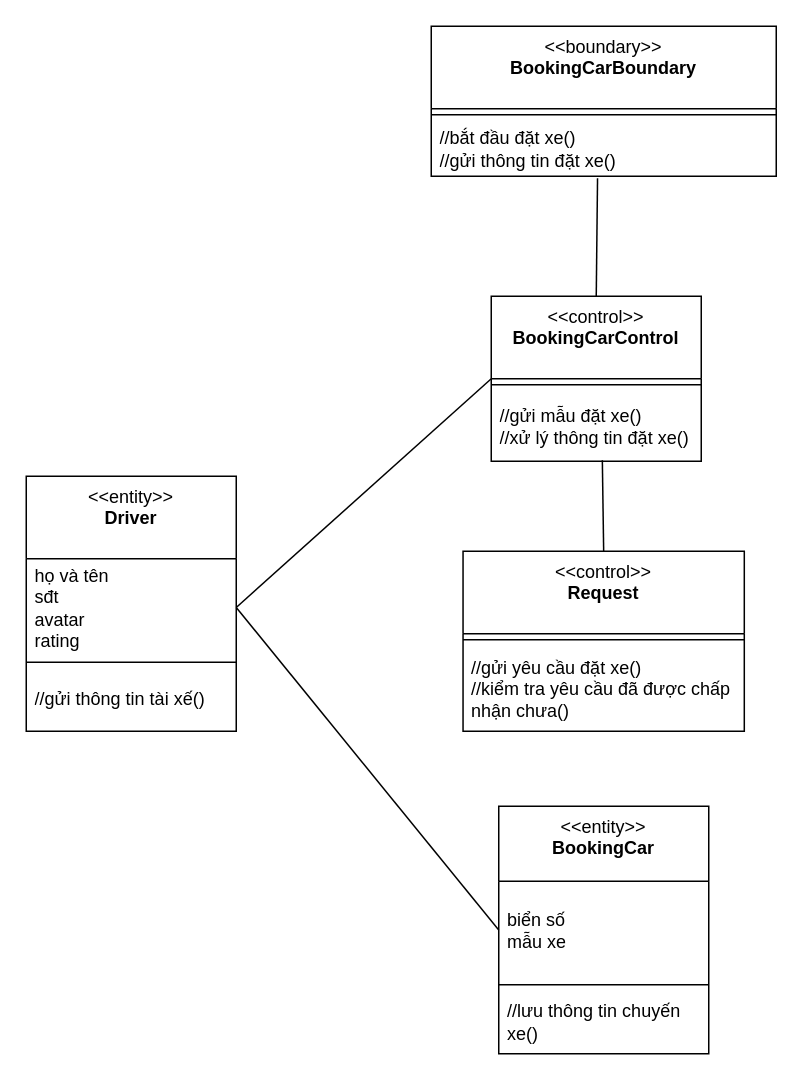
Earlier version of the draw.io diagram Đặt Xe Collaboration Diagram.drawio (tqlong-courses/a0-tutorial-anson66). Source tidied: cells renumbered, new cells numbered last; positions are measured from the earlier drawing's top-left corner, leaving out a move shared by most shapes. Both pictures are drawn from the tidied source at 150%, with x=0, y=0 at pixel (26, 26).
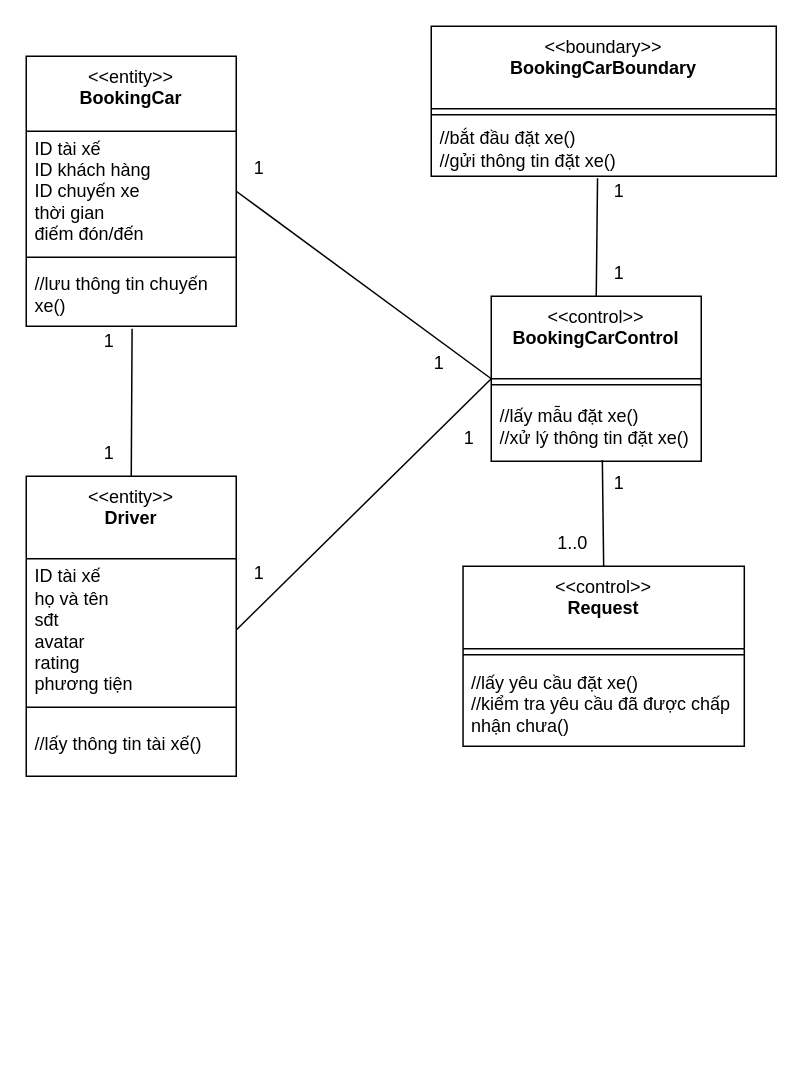
The same diagram, later.

Commit message:
Cập nhật Đặt Xe Collaboration Diagram.drawio

The change refers to these unchanged cells:
```xml
<mxCell id="5" value="&amp;lt;&amp;lt;control&amp;gt;&amp;gt;&lt;br&gt;&lt;b&gt;BookingCarControl&lt;/b&gt;" style="swimlane;fontStyle=0;align=center;verticalAlign=top;horizontal=1;startSize=55;html=1;whiteSpace=wrap;" parent="1" vertex="1">
  <mxGeometry x="310" y="180" width="140" height="110" as="geometry" />
</mxCell>
```

What changed in the source:
```diff
@@
-    <mxCell id="7" value="//gửi mẫu đặt xe()&lt;div&gt;//xử lý thông tin đặt xe()&lt;/div&gt;" style="text;html=1;strokeColor=none;fillColor=none;align=left;verticalAlign=middle;spacingLeft=4;spacingRight=4;overflow=hidden;points=[[0,0.5],[1,0.5]];portConstraint=eastwest;whiteSpace=wrap;" parent="5" vertex="1">
+    <mxCell id="7" value="//lấy mẫu đặt xe()&lt;div&gt;//xử lý thông tin đặt xe()&lt;/div&gt;" style="text;html=1;strokeColor=none;fillColor=none;align=left;verticalAlign=middle;spacingLeft=4;spacingRight=4;overflow=hidden;points=[[0,0.5],[1,0.5]];portConstraint=eastwest;whiteSpace=wrap;" parent="5" vertex="1">
       <mxGeometry y="63" width="140" height="47" as="geometry" />
     </mxCell>
     <mxCell id="8" value="&amp;lt;&amp;lt;control&amp;gt;&amp;gt;&lt;br&gt;&lt;b&gt;Request&lt;/b&gt;" style="swimlane;fontStyle=0;align=center;verticalAlign=top;horizontal=1;startSize=55;html=1;whiteSpace=wrap;" parent="1" vertex="1">
-      <mxGeometry x="291.2" y="350" width="187.5" height="120" as="geometry" />
+      <mxGeometry x="291.2" y="360" width="187.5" height="120" as="geometry" />
     </mxCell>
@@
-    <mxCell id="10" value="//gửi yêu cầu đặt xe()&lt;div&gt;//kiểm tra yêu cầu đã được chấp nhận chưa()&lt;/div&gt;" style="text;html=1;strokeColor=none;fillColor=none;align=left;verticalAlign=middle;spacingLeft=4;spacingRight=4;overflow=hidden;whiteSpace=wrap;" parent="8" vertex="1">
+    <mxCell id="10" value="//lấy yêu cầu đặt xe()&lt;div&gt;//kiểm tra yêu cầu đã được chấp nhận chưa()&lt;/div&gt;" style="text;html=1;strokeColor=none;fillColor=none;align=left;verticalAlign=middle;spacingLeft=4;spacingRight=4;overflow=hidden;whiteSpace=wrap;" parent="8" vertex="1">
       <mxGeometry y="63" width="187.5" height="57" as="geometry" />
     </mxCell>
     <mxCell id="11" value="&amp;lt;&amp;lt;entity&amp;gt;&amp;gt;&lt;br&gt;&lt;b&gt;Driver&lt;/b&gt;" style="swimlane;fontStyle=0;align=center;verticalAlign=top;horizontal=1;startSize=55;html=1;whiteSpace=wrap;" parent="1" vertex="1">
-      <mxGeometry y="300" width="140" height="170" as="geometry" />
+      <mxGeometry y="300" width="140" height="200" as="geometry" />
     </mxCell>
-    <mxCell id="12" value="họ và tên&lt;div&gt;sđt&lt;/div&gt;&lt;div&gt;avatar&lt;/div&gt;&lt;div&gt;rating&lt;/div&gt;" style="text;html=1;strokeColor=none;fillColor=none;align=left;verticalAlign=middle;spacingLeft=4;spacingRight=4;overflow=hidden;points=[[0,0.5],[1,0.5]];portConstraint=eastwest;whiteSpace=wrap;" parent="11" vertex="1">
-      <mxGeometry y="55" width="140" height="65" as="geometry" />
+    <mxCell id="12" value="&lt;div&gt;ID tài xế&lt;/div&gt;họ và tên&lt;div&gt;sđt&lt;/div&gt;&lt;div&gt;avatar&lt;/div&gt;&lt;div&gt;rating&lt;/div&gt;&lt;div&gt;phương tiện&lt;/div&gt;" style="text;html=1;strokeColor=none;fillColor=none;align=left;verticalAlign=middle;spacingLeft=4;spacingRight=4;overflow=hidden;points=[[0,0.5],[1,0.5]];portConstraint=eastwest;whiteSpace=wrap;" parent="11" vertex="1">
+      <mxGeometry y="55" width="140" height="95" as="geometry" />
     </mxCell>
     <mxCell id="13" style="line;strokeWidth=1;fillColor=none;align=left;verticalAlign=middle;spacingTop=-1;spacingLeft=3;spacingRight=3;labelPosition=right;" parent="11" vertex="1">
-      <mxGeometry y="120" width="140" height="8" as="geometry" />
+      <mxGeometry y="150" width="140" height="8" as="geometry" />
     </mxCell>
-    <mxCell id="14" value="//gửi thông tin tài xế()" style="text;html=1;strokeColor=none;fillColor=none;align=left;verticalAlign=middle;spacingLeft=4;spacingRight=4;overflow=hidden;whiteSpace=wrap;" parent="11" vertex="1">
-      <mxGeometry y="128" width="140" height="42" as="geometry" />
+    <mxCell id="14" value="//lấy thông tin tài xế()" style="text;html=1;strokeColor=none;fillColor=none;align=left;verticalAlign=middle;spacingLeft=4;spacingRight=4;overflow=hidden;whiteSpace=wrap;" parent="11" vertex="1">
+      <mxGeometry y="158" width="140" height="42" as="geometry" />
     </mxCell>
     <mxCell id="15" value="&amp;lt;&amp;lt;entity&amp;gt;&amp;gt;&lt;br&gt;&lt;b&gt;BookingCar&lt;/b&gt;" style="swimlane;fontStyle=0;align=center;verticalAlign=top;horizontal=1;startSize=50;html=1;whiteSpace=wrap;" parent="1" vertex="1">
-      <mxGeometry x="315" y="520" width="140" height="165" as="geometry" />
+      <mxGeometry y="20" width="140" height="180" as="geometry" />
     </mxCell>
-    <mxCell id="16" value="biển số&lt;div&gt;mẫu xe&lt;/div&gt;" style="text;html=1;strokeColor=none;fillColor=none;align=left;verticalAlign=middle;spacingLeft=4;spacingRight=4;overflow=hidden;points=[[0,0.5],[1,0.5]];portConstraint=eastwest;whiteSpace=wrap;" parent="15" vertex="1">
-      <mxGeometry y="50" width="140" height="65" as="geometry" />
+    <mxCell id="16" value="&lt;div&gt;ID tài xế&lt;/div&gt;&lt;div&gt;ID khách hàng&lt;/div&gt;&lt;div&gt;ID chuyến xe&amp;nbsp;&amp;nbsp;&lt;/div&gt;&lt;div&gt;thời gian&lt;/div&gt;&lt;div&gt;điếm đón/đến&lt;/div&gt;" style="text;html=1;strokeColor=none;fillColor=none;align=left;verticalAlign=middle;spacingLeft=4;spacingRight=4;overflow=hidden;points=[[0,0.5],[1,0.5]];portConstraint=eastwest;whiteSpace=wrap;" parent="15" vertex="1">
+      <mxGeometry y="50" width="140" height="80" as="geometry" />
     </mxCell>
     <mxCell id="17" style="line;strokeWidth=1;fillColor=none;align=left;verticalAlign=middle;spacingTop=-1;spacingLeft=3;spacingRight=3;labelPosition=right;" parent="15" vertex="1">
-      <mxGeometry y="115" width="140" height="8" as="geometry" />
+      <mxGeometry y="130" width="140" height="8" as="geometry" />
     </mxCell>
     <mxCell id="18" value="//lưu thông tin chuyến xe()" style="text;html=1;strokeColor=none;fillColor=none;align=left;verticalAlign=middle;spacingLeft=4;spacingRight=4;overflow=hidden;points=[[0,0.5],[1,0.5]];portConstraint=eastwest;whiteSpace=wrap;" parent="15" vertex="1">
-      <mxGeometry y="123" width="140" height="42" as="geometry" />
+      <mxGeometry y="138" width="140" height="42" as="geometry" />
     </mxCell>
@@
-    <mxCell id="22" style="endArrow=none;html=1;rounded=0;entryX=0;entryY=0.5;entryDx=0;entryDy=0;exitX=1;exitY=0.5;exitDx=0;exitDy=0;" parent="1" edge="1" source="12" target="16">
+    <mxCell id="22" style="endArrow=none;html=1;rounded=0;entryX=0.504;entryY=1.039;entryDx=0;entryDy=0;exitX=0.5;exitY=0;exitDx=0;exitDy=0;entryPerimeter=0;" parent="1" edge="1" source="11" target="18">
       <mxGeometry relative="1" as="geometry" />
     </mxCell>
+    <mxCell id="23" style="endArrow=none;html=1;rounded=0;entryX=0;entryY=0.5;entryDx=0;entryDy=0;exitX=1;exitY=0.5;exitDx=0;exitDy=0;" parent="1" edge="1" source="16" target="5">
+      <mxGeometry relative="1" as="geometry" />
+    </mxCell>
+    <mxCell id="24" value="1" style="text;html=1;align=center;verticalAlign=middle;strokeColor=none;fillColor=none;" parent="1" vertex="1">
+      <mxGeometry x="40" y="195" width="30" height="30" as="geometry" />
+    </mxCell>
+    <mxCell id="25" value="1" style="text;html=1;align=center;verticalAlign=middle;strokeColor=none;fillColor=none;" parent="1" vertex="1">
+      <mxGeometry x="40" y="270" width="30" height="30" as="geometry" />
+    </mxCell>
+    <mxCell id="26" value="1" style="text;html=1;align=center;verticalAlign=middle;points=[];strokeColor=none;fillColor=none;" parent="1" vertex="1">
+      <mxGeometry x="380" y="290" width="30" height="30" as="geometry" />
+    </mxCell>
+    <mxCell id="27" value="1" style="text;html=1;align=center;verticalAlign=middle;strokeColor=none;fillColor=none;" parent="1" vertex="1">
+      <mxGeometry x="380" y="95" width="30" height="30" as="geometry" />
+    </mxCell>
+    <mxCell id="28" value="1" style="text;html=1;align=center;verticalAlign=middle;strokeColor=none;fillColor=none;" parent="1" vertex="1">
+      <mxGeometry x="380" y="150" width="30" height="30" as="geometry" />
+    </mxCell>
+    <mxCell id="29" style="edgeStyle=none;rounded=0;orthogonalLoop=1;jettySize=auto;html=1;entryX=0.016;entryY=0.469;entryDx=0;entryDy=0;entryPerimeter=0;" parent="1" edge="1" source="26" target="26">
+      <mxGeometry relative="1" as="geometry" />
+    </mxCell>
+    <mxCell id="30" value="1..0" style="text;html=1;align=center;verticalAlign=middle;strokeColor=none;fillColor=none;" parent="1" vertex="1">
+      <mxGeometry x="344" y="330" width="40" height="30" as="geometry" />
+    </mxCell>
+    <mxCell id="31" value="1" style="text;html=1;align=center;verticalAlign=middle;strokeColor=none;fillColor=none;" parent="1" vertex="1">
+      <mxGeometry x="140" y="80" width="30" height="30" as="geometry" />
+    </mxCell>
+    <mxCell id="32" value="1" style="text;html=1;align=center;verticalAlign=middle;strokeColor=none;fillColor=none;" parent="1" vertex="1">
+      <mxGeometry x="260" y="210" width="30" height="30" as="geometry" />
+    </mxCell>
+    <mxCell id="33" value="1" style="text;html=1;align=center;verticalAlign=middle;strokeColor=none;fillColor=none;" parent="1" vertex="1">
+      <mxGeometry x="140" y="350" width="30" height="30" as="geometry" />
+    </mxCell>
+    <mxCell id="34" value="1" style="text;html=1;align=center;verticalAlign=middle;strokeColor=none;fillColor=none;" parent="1" vertex="1">
+      <mxGeometry x="280" y="260" width="30" height="30" as="geometry" />
+    </mxCell>
```
